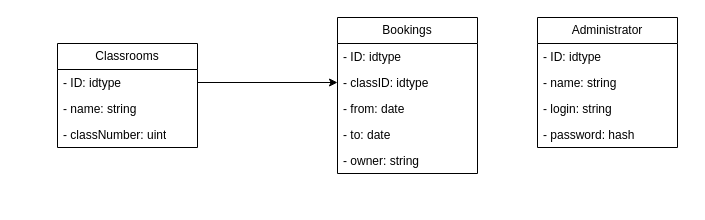
Before: diagrams/database.drawio in Muciej/RoomBooker, a draw.io diagram. Source tidied: cells renumbered, new cells numbered last; positions are measured from the earlier drawing's top-left corner, leaving out a move shared by most shapes. Both pictures are drawn from the tidied source at 100%, with x=0, y=0 at pixel (57, 17).
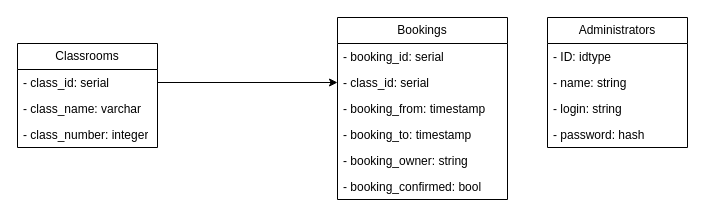
The same diagram, later.

Change to the diagram source:
```diff
@@
 <mxGraphModel>
   <root>
     <mxCell id="0" />
     <mxCell id="1" parent="0" />
     <mxCell id="2" value="Classrooms" style="swimlane;fontStyle=0;horizontal=1;startSize=26;fillColor=none;whiteSpace=wrap;html=1;" parent="1" vertex="1">
-      <mxGeometry y="26" width="140" height="104" as="geometry" />
+      <mxGeometry x="-40" y="26" width="140" height="104" as="geometry" />
     </mxCell>
-    <mxCell id="3" value="- ID: idtype" style="text;strokeColor=none;fillColor=none;align=left;verticalAlign=top;spacingLeft=4;spacingRight=4;overflow=hidden;points=[[0,0.5],[1,0.5]];portConstraint=eastwest;whiteSpace=wrap;html=1;" parent="2" vertex="1">
+    <mxCell id="3" value="- class_id: serial" style="text;strokeColor=none;fillColor=none;align=left;verticalAlign=top;spacingLeft=4;spacingRight=4;overflow=hidden;points=[[0,0.5],[1,0.5]];portConstraint=eastwest;whiteSpace=wrap;html=1;" parent="2" vertex="1">
       <mxGeometry y="26" width="140" height="26" as="geometry" />
     </mxCell>
-    <mxCell id="4" value="- name: string" style="text;strokeColor=none;fillColor=none;align=left;verticalAlign=top;spacingLeft=4;spacingRight=4;overflow=hidden;whiteSpace=wrap;html=1;" parent="2" vertex="1">
+    <mxCell id="4" value="- class_name: varchar" style="text;strokeColor=none;fillColor=none;align=left;verticalAlign=top;spacingLeft=4;spacingRight=4;overflow=hidden;whiteSpace=wrap;html=1;" parent="2" vertex="1">
       <mxGeometry y="52" width="140" height="26" as="geometry" />
     </mxCell>
-    <mxCell id="5" value="- classNumber: uint" style="text;strokeColor=none;fillColor=none;align=left;verticalAlign=top;spacingLeft=4;spacingRight=4;overflow=hidden;whiteSpace=wrap;html=1;" parent="2" vertex="1">
+    <mxCell id="5" value="- class_number: integer" style="text;strokeColor=none;fillColor=none;align=left;verticalAlign=top;spacingLeft=4;spacingRight=4;overflow=hidden;whiteSpace=wrap;html=1;" parent="2" vertex="1">
       <mxGeometry y="78" width="140" height="26" as="geometry" />
     </mxCell>
     <mxCell id="6" value="Bookings" style="swimlane;fontStyle=0;horizontal=1;startSize=26;fillColor=none;whiteSpace=wrap;html=1;" parent="1" vertex="1">
-      <mxGeometry x="280" width="140" height="156" as="geometry" />
+      <mxGeometry x="280" width="170" height="182" as="geometry" />
     </mxCell>
-    <mxCell id="7" value="- ID: idtype" style="text;strokeColor=none;fillColor=none;align=left;verticalAlign=top;spacingLeft=4;spacingRight=4;overflow=hidden;whiteSpace=wrap;html=1;" parent="6" vertex="1">
-      <mxGeometry y="26" width="140" height="26" as="geometry" />
+    <mxCell id="7" value="- booking_id: serial" style="text;strokeColor=none;fillColor=none;align=left;verticalAlign=top;spacingLeft=4;spacingRight=4;overflow=hidden;whiteSpace=wrap;html=1;" parent="6" vertex="1">
+      <mxGeometry y="26" width="170" height="26" as="geometry" />
     </mxCell>
-    <mxCell id="8" value="- classID: idtype" style="text;strokeColor=none;fillColor=none;align=left;verticalAlign=top;spacingLeft=4;spacingRight=4;overflow=hidden;points=[[0,0.5],[1,0.5]];portConstraint=eastwest;whiteSpace=wrap;html=1;" parent="6" vertex="1">
-      <mxGeometry y="52" width="140" height="26" as="geometry" />
+    <mxCell id="8" value="- class_id: serial" style="text;strokeColor=none;fillColor=none;align=left;verticalAlign=top;spacingLeft=4;spacingRight=4;overflow=hidden;points=[[0,0.5],[1,0.5]];portConstraint=eastwest;whiteSpace=wrap;html=1;" parent="6" vertex="1">
+      <mxGeometry y="52" width="170" height="26" as="geometry" />
     </mxCell>
-    <mxCell id="9" value="- from: date" style="text;strokeColor=none;fillColor=none;align=left;verticalAlign=top;spacingLeft=4;spacingRight=4;overflow=hidden;whiteSpace=wrap;html=1;" parent="6" vertex="1">
-      <mxGeometry y="78" width="140" height="26" as="geometry" />
+    <mxCell id="9" value="- booking_from: timestamp" style="text;strokeColor=none;fillColor=none;align=left;verticalAlign=top;spacingLeft=4;spacingRight=4;overflow=hidden;whiteSpace=wrap;html=1;" parent="6" vertex="1">
+      <mxGeometry y="78" width="170" height="26" as="geometry" />
     </mxCell>
-    <mxCell id="10" value="- to: date" style="text;strokeColor=none;fillColor=none;align=left;verticalAlign=top;spacingLeft=4;spacingRight=4;overflow=hidden;whiteSpace=wrap;html=1;" parent="6" vertex="1">
-      <mxGeometry y="104" width="140" height="26" as="geometry" />
+    <mxCell id="10" value="- booking_to: timestamp" style="text;strokeColor=none;fillColor=none;align=left;verticalAlign=top;spacingLeft=4;spacingRight=4;overflow=hidden;whiteSpace=wrap;html=1;" parent="6" vertex="1">
+      <mxGeometry y="104" width="170" height="26" as="geometry" />
     </mxCell>
-    <mxCell id="11" value="- owner: string" style="text;strokeColor=none;fillColor=none;align=left;verticalAlign=top;spacingLeft=4;spacingRight=4;overflow=hidden;whiteSpace=wrap;html=1;" parent="6" vertex="1">
-      <mxGeometry y="130" width="140" height="26" as="geometry" />
+    <mxCell id="11" value="- booking_owner: string" style="text;strokeColor=none;fillColor=none;align=left;verticalAlign=top;spacingLeft=4;spacingRight=4;overflow=hidden;whiteSpace=wrap;html=1;" parent="6" vertex="1">
+      <mxGeometry y="130" width="170" height="26" as="geometry" />
     </mxCell>
+    <mxCell id="18" value="- booking_confirmed: bool" style="text;strokeColor=none;fillColor=none;align=left;verticalAlign=top;spacingLeft=4;spacingRight=4;overflow=hidden;whiteSpace=wrap;html=1;" parent="6" vertex="1">
+      <mxGeometry y="156" width="170" height="26" as="geometry" />
+    </mxCell>
     <mxCell id="12" style="edgeStyle=orthogonalEdgeStyle;rounded=0;jettySize=auto;html=1;exitX=1;exitY=0.5;exitDx=0;exitDy=0;entryX=0;entryY=0.5;entryDx=0;entryDy=0;" parent="1" edge="1" source="3" target="8">
       <mxGeometry relative="1" as="geometry" />
     </mxCell>
-    <mxCell id="13" value="Administrator" style="swimlane;fontStyle=0;horizontal=1;startSize=26;fillColor=none;whiteSpace=wrap;html=1;" parent="1" vertex="1">
-      <mxGeometry x="480" width="140" height="130" as="geometry" />
+    <mxCell id="13" value="Administrators" style="swimlane;fontStyle=0;horizontal=1;startSize=26;fillColor=none;whiteSpace=wrap;html=1;" parent="1" vertex="1">
+      <mxGeometry x="490" width="140" height="130" as="geometry" />
     </mxCell>
     <mxCell id="14" value="- ID: idtype" style="text;strokeColor=none;fillColor=none;align=left;verticalAlign=top;spacingLeft=4;spacingRight=4;overflow=hidden;whiteSpace=wrap;html=1;" parent="13" vertex="1">
       <mxGeometry y="26" width="140" height="26" as="geometry" />
     </mxCell>
     <mxCell id="15" value="- name: string" style="text;strokeColor=none;fillColor=none;align=left;verticalAlign=top;spacingLeft=4;spacingRight=4;overflow=hidden;whiteSpace=wrap;html=1;" parent="13" vertex="1">
       <mxGeometry y="52" width="140" height="26" as="geometry" />
     </mxCell>
     <mxCell id="16" value="- login: string" style="text;strokeColor=none;fillColor=none;align=left;verticalAlign=top;spacingLeft=4;spacingRight=4;overflow=hidden;whiteSpace=wrap;html=1;" parent="13" vertex="1">
       <mxGeometry y="78" width="140" height="26" as="geometry" />
     </mxCell>
     <mxCell id="17" value="- password: hash" style="text;strokeColor=none;fillColor=none;align=left;verticalAlign=top;spacingLeft=4;spacingRight=4;overflow=hidden;whiteSpace=wrap;html=1;" parent="13" vertex="1">
       <mxGeometry y="104" width="140" height="26" as="geometry" />
     </mxCell>
   </root>
 </mxGraphModel>
```
